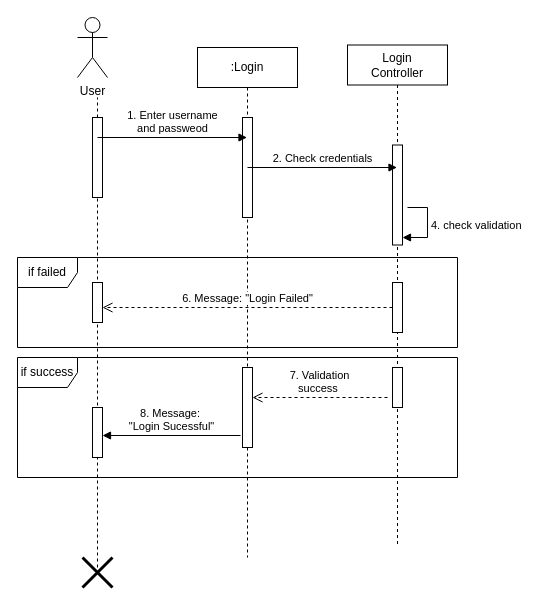
Earlier version of the draw.io diagram page "Login" (2 of 15) of Sequence Diagram.drawio (shamim36/Final-Defence-Diagram). Source tidied: cells renumbered, new cells numbered last; positions are measured from the earlier drawing's top-left corner, leaving out a move shared by most shapes. Both pictures are drawn from the tidied source at 100%, with x=0, y=0 at pixel (17, 17).
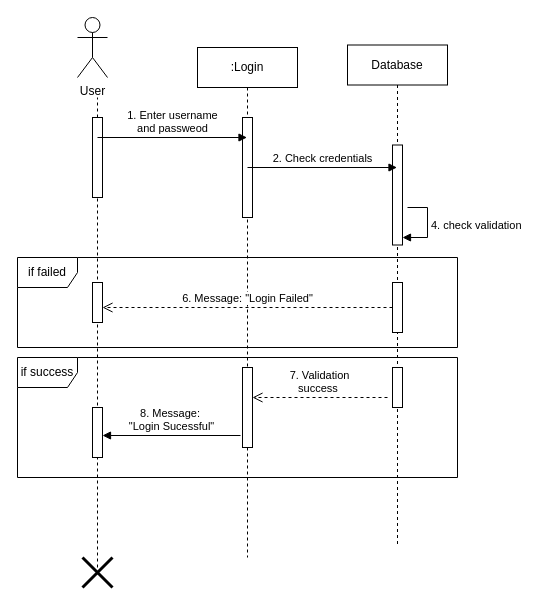
Above is the later version.

Change to the diagram source:
```diff
@@
-    <mxCell id="4" value="Login&lt;br&gt;&lt;div&gt;Controller&lt;/div&gt;" style="shape=umlLifeline;perimeter=lifelinePerimeter;whiteSpace=wrap;html=1;outlineConnect=0;portConstraint=eastwest;newEdgeStyle={&quot;edgeStyle&quot;:&quot;elbowEdgeStyle&quot;,&quot;elbow&quot;:&quot;vertical&quot;,&quot;curved&quot;:0,&quot;rounded&quot;:0};" parent="1" vertex="1">
+    <mxCell id="4" value="Database" style="shape=umlLifeline;perimeter=lifelinePerimeter;whiteSpace=wrap;html=1;outlineConnect=0;portConstraint=eastwest;newEdgeStyle={&quot;edgeStyle&quot;:&quot;elbowEdgeStyle&quot;,&quot;elbow&quot;:&quot;vertical&quot;,&quot;curved&quot;:0,&quot;rounded&quot;:0};" parent="1" vertex="1">
       <mxGeometry x="330" y="27.5" width="100" height="500" as="geometry" />
     </mxCell>
```
